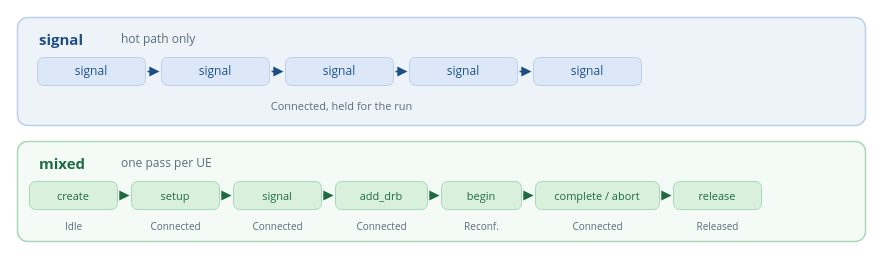
This is diagrams/27_workload_timeline.drawio from VienThanh12/Master-Thesis, a draw.io file, before an edit. Source tidied: cells renumbered, new cells numbered last; positions are measured from the earlier drawing's top-left corner, leaving out a move shared by most shapes. Both pictures are drawn from the tidied source at 100%, with x=0, y=0 at pixel (17, 17).
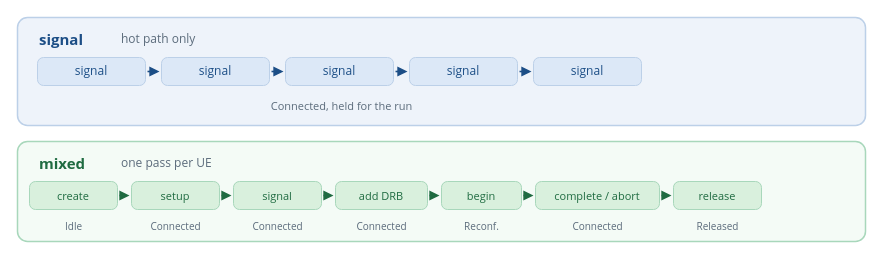
The same diagram, later.

The edit, as a diff of the source:
```diff
@@
-    <mxCell id="24" value="add_drb" style="rounded=1;absoluteArcSize=1;arcSize=12;whiteSpace=wrap;html=1;fillColor=#d9f0dd;strokeColor=#a8d7bb;align=center;verticalAlign=middle;fontSize=11;fontColor=#1f6b41;fontFamily=Segoe UI;" parent="1" vertex="1">
+    <mxCell id="24" value="add DRB" style="rounded=1;absoluteArcSize=1;arcSize=12;whiteSpace=wrap;html=1;fillColor=#d9f0dd;strokeColor=#a8d7bb;align=center;verticalAlign=middle;fontSize=11;fontColor=#1f6b41;fontFamily=Segoe UI;" parent="1" vertex="1">
       <mxGeometry x="318" y="164" width="92" height="28" as="geometry" />
     </mxCell>
```
